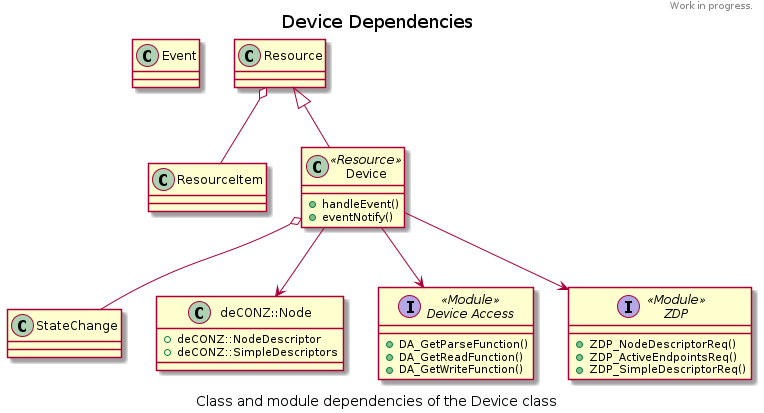
dresden-elektronik/deconz-rest-plugin-v2 keeps this PlantUML diagram as arch/diagrams/device_dependencies.png. Above is the earlier version. Source of this version:
```plantuml
@startuml

header
Work in progress.
endheader

title Device Dependencies

class Event
class Resource
class ResourceItem
class Device <<Resource>> {
	+handleEvent()
	+eventNotify()
}

class StateChange

class deCONZ::Node {
    +deCONZ::NodeDescriptor
    +deCONZ::SimpleDescriptors
}

interface "Device Access" as DeviceAccess <<Module>> {
    +DA_GetParseFunction()
    +DA_GetReadFunction()
    +DA_GetWriteFunction()
}

interface ZDP <<Module>> {
    +ZDP_NodeDescriptorReq()
    +ZDP_ActiveEndpointsReq()
    +ZDP_SimpleDescriptorReq()
}



Device --> deCONZ::Node
Device --> DeviceAccess
Device --> ZDP
Device o-- StateChange

Resource <|-- Device
Resource o-- ResourceItem

caption Class and module dependencies of the Device class


@enduml
```
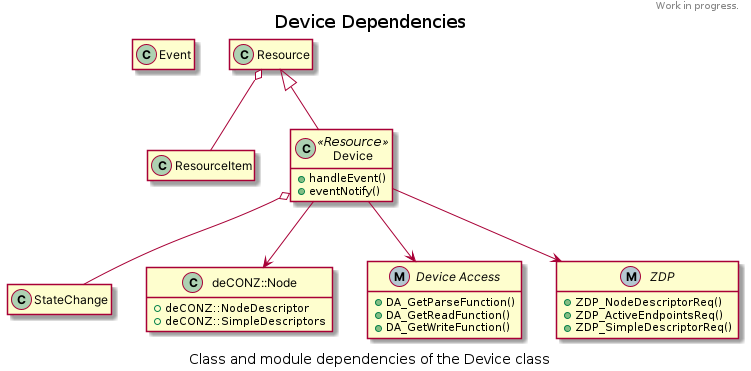
Above is the later version.

Commit message:
Update Device dependencies diagram

The edit, as a diff of the source:
```diff
@@ -5,6 +5,10 @@
 endheader
 
 title Device Dependencies
+
+!include skinparams.txt
+
+hide empty members
 
 class Event
 class Resource
@@ -21,13 +25,13 @@
     +deCONZ::SimpleDescriptors
 }
 
-interface "Device Access" as DeviceAccess <<Module>> {
+interface "Device Access" as DeviceAccess << (M,#b4c7d1) >> {
     +DA_GetParseFunction()
     +DA_GetReadFunction()
     +DA_GetWriteFunction()
 }
 
-interface ZDP <<Module>> {
+interface ZDP << (M,#b4c7d1) >> {
     +ZDP_NodeDescriptorReq()
     +ZDP_ActiveEndpointsReq()
     +ZDP_SimpleDescriptorReq()
```
